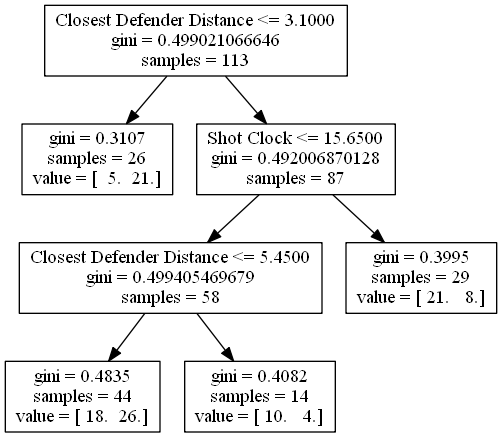
bveber/Analyze_NBA keeps this Graphviz diagram as kevin_martin.png. Above is the earlier version. Its source is kept beside it as kevin_martin.dot. Source of this version:
```dot
digraph Tree {
0 [label="Closest Defender Distance <= 3.1000\ngini = 0.499021066646\nsamples = 113", shape="box"] ;
1 [label="gini = 0.3107\nsamples = 26\nvalue = [  5.  21.]", shape="box"] ;
0 -> 1 ;
2 [label="Shot Clock <= 15.6500\ngini = 0.492006870128\nsamples = 87", shape="box"] ;
0 -> 2 ;
3 [label="Closest Defender Distance <= 5.4500\ngini = 0.499405469679\nsamples = 58", shape="box"] ;
2 -> 3 ;
4 [label="gini = 0.4835\nsamples = 44\nvalue = [ 18.  26.]", shape="box"] ;
3 -> 4 ;
5 [label="gini = 0.4082\nsamples = 14\nvalue = [ 10.   4.]", shape="box"] ;
3 -> 5 ;
6 [label="gini = 0.3995\nsamples = 29\nvalue = [ 21.   8.]", shape="box"] ;
2 -> 6 ;
}
```
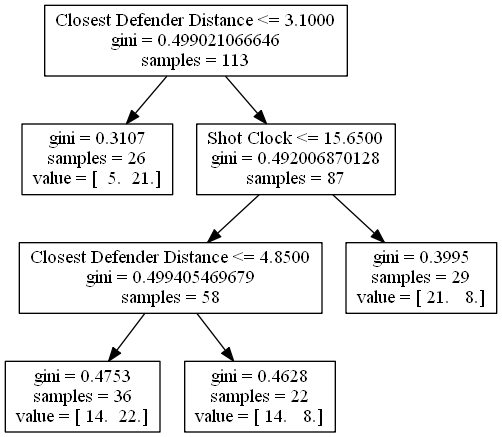
The same file after the commit.

What changed in the source:
```diff
@@ -4,11 +4,11 @@
 0 -> 1 ;
 2 [label="Shot Clock <= 15.6500\ngini = 0.492006870128\nsamples = 87", shape="box"] ;
 0 -> 2 ;
-3 [label="Closest Defender Distance <= 5.4500\ngini = 0.499405469679\nsamples = 58", shape="box"] ;
+3 [label="Closest Defender Distance <= 4.8500\ngini = 0.499405469679\nsamples = 58", shape="box"] ;
 2 -> 3 ;
-4 [label="gini = 0.4835\nsamples = 44\nvalue = [ 18.  26.]", shape="box"] ;
+4 [label="gini = 0.4753\nsamples = 36\nvalue = [ 14.  22.]", shape="box"] ;
 3 -> 4 ;
-5 [label="gini = 0.4082\nsamples = 14\nvalue = [ 10.   4.]", shape="box"] ;
+5 [label="gini = 0.4628\nsamples = 22\nvalue = [ 14.   8.]", shape="box"] ;
 3 -> 5 ;
 6 [label="gini = 0.3995\nsamples = 29\nvalue = [ 21.   8.]", shape="box"] ;
 2 -> 6 ;
```
